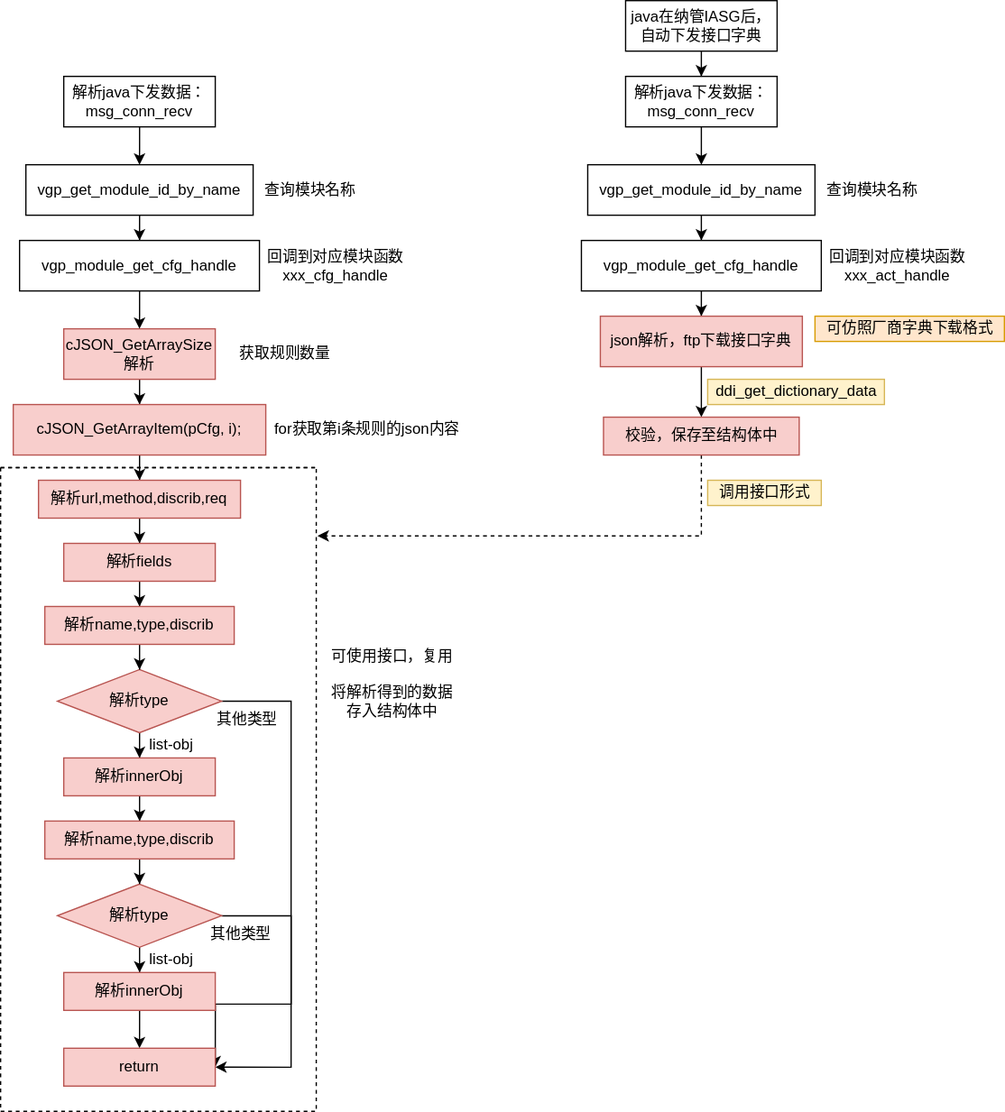
Archive-ch/Web_Demo keeps this draw.io diagram as aaa.svg. Above is the earlier version. Source tidied: cells renumbered, new cells last; positions are measured from the earlier drawing's top-left corner, leaving out a move shared by most shapes.
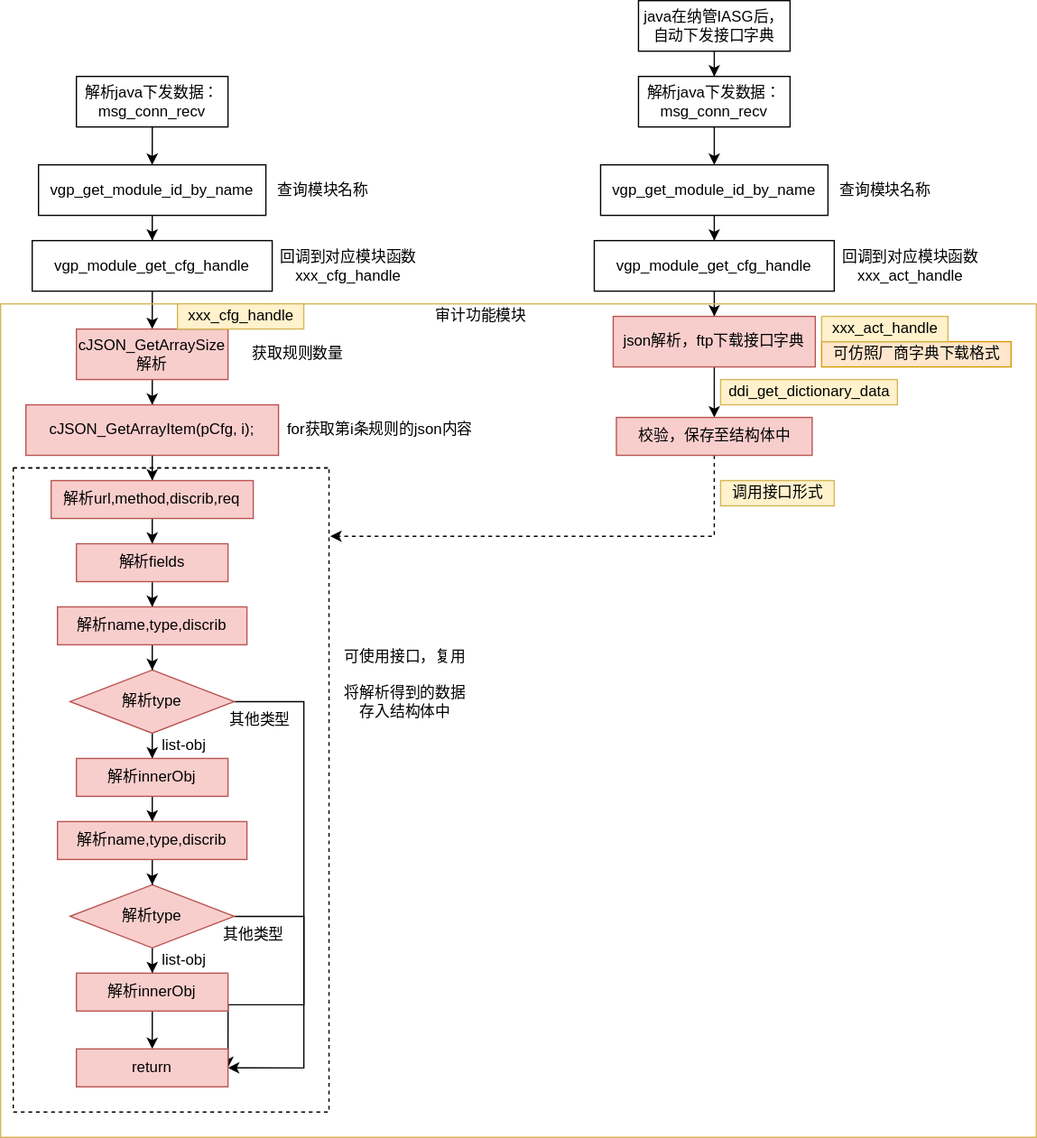
Above is the later version.

What changed in the source:
```diff
@@ -194,9 +194,6 @@
     <mxCell id="53" value="json解析，ftp下载接口字典" style="whiteSpace=wrap;html=1;fillColor=#f8cecc;strokeColor=#b85450;" parent="1" vertex="1">
       <mxGeometry x="475" y="250" width="160" height="40" as="geometry" />
     </mxCell>
-    <mxCell id="54" value="可仿照厂商字典下载格式" style="text;html=1;align=center;verticalAlign=middle;strokeColor=#d79b00;fillColor=#ffe6cc;" parent="1" vertex="1">
-      <mxGeometry x="645" y="250" width="150" height="20" as="geometry" />
-    </mxCell>
     <mxCell id="55" style="edgeStyle=orthogonalEdgeStyle;rounded=0;jettySize=auto;html=1;entryX=1.004;entryY=0.106;entryDx=0;entryDy=0;entryPerimeter=0;dashed=1;" parent="1" edge="1" source="56" target="39">
       <mxGeometry relative="1" as="geometry">
         <Array as="points">
@@ -213,5 +210,20 @@
     <mxCell id="58" value="调用接口形式" style="text;html=1;align=center;verticalAlign=middle;strokeColor=#d6b656;fillColor=#fff2cc;" parent="1" vertex="1">
       <mxGeometry x="560" y="380" width="90" height="20" as="geometry" />
     </mxCell>
+    <mxCell id="59" style="swimlane;startSize=0;fillColor=#fff2cc;strokeColor=#d6b656;" parent="1" vertex="1">
+      <mxGeometry x="-10" y="240" width="820" height="660" as="geometry" />
+    </mxCell>
+    <mxCell id="60" value="审计功能模块" style="text;html=1;align=center;verticalAlign=middle;strokeColor=none;" parent="59" vertex="1">
+      <mxGeometry x="335" width="90" height="20" as="geometry" />
+    </mxCell>
+    <mxCell id="54" value="可仿照厂商字典下载格式" style="text;html=1;align=center;verticalAlign=middle;strokeColor=#d79b00;fillColor=#ffe6cc;" parent="59" vertex="1">
+      <mxGeometry x="650" y="30" width="150" height="20" as="geometry" />
+    </mxCell>
+    <mxCell id="61" value="xxx_act_handle" style="text;html=1;align=center;verticalAlign=middle;strokeColor=#d6b656;fillColor=#fff2cc;" parent="59" vertex="1">
+      <mxGeometry x="650" y="10" width="100" height="20" as="geometry" />
+    </mxCell>
+    <mxCell id="62" value="xxx_cfg_handle" style="text;html=1;align=center;verticalAlign=middle;strokeColor=#d6b656;fillColor=#fff2cc;" parent="1" vertex="1">
+      <mxGeometry x="130" y="240" width="100" height="20" as="geometry" />
+    </mxCell>
   </root>
 </mxGraphModel>
```
